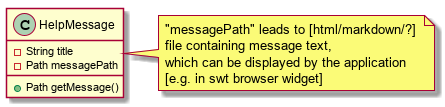
This is 2-Entwurf/Diagramme/HelpClassDiagram.png from osl2/DAQ-Documents, a PlantUML export, as it was before one commit.
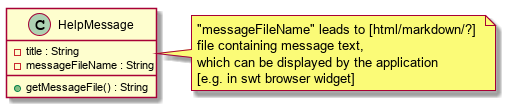
Later version of the same file.

What changed in the source:
```diff
@@ -1,11 +1,11 @@
 @startuml
 
 class HelpMessage {
-	- String title
-	- Path messagePath
-	+ Path getMessage()
+	- title : String
+	- messageFileName : String
+	+ getMessageFile() : String
 }
 
-note right of HelpMessage : "messagePath" leads to [html/markdown/?] \nfile containing message text, \nwhich can be displayed by the application \n[e.g. in swt browser widget]
+note right of HelpMessage : "messageFileName" leads to [html/markdown/?] \nfile containing message text, \nwhich can be displayed by the application \n[e.g. in swt browser widget]
 
 @enduml
```
